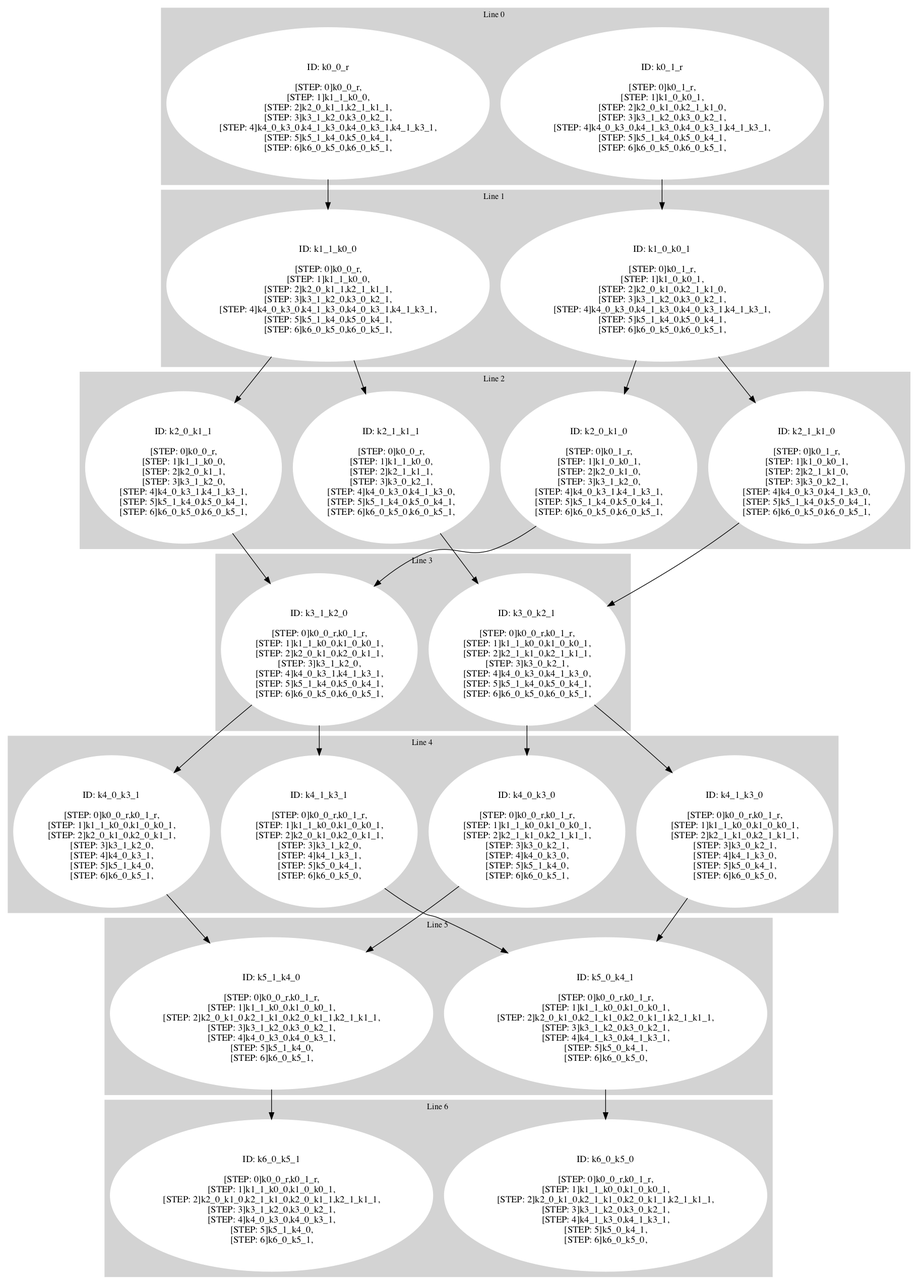
Above: test_visual/sat_machine_simple_init.png in ricardombiot/3sat_machine_original_rs (Graphviz), before the change. Its source is kept beside it as test_visual/sat_machine_simple_init.dot.
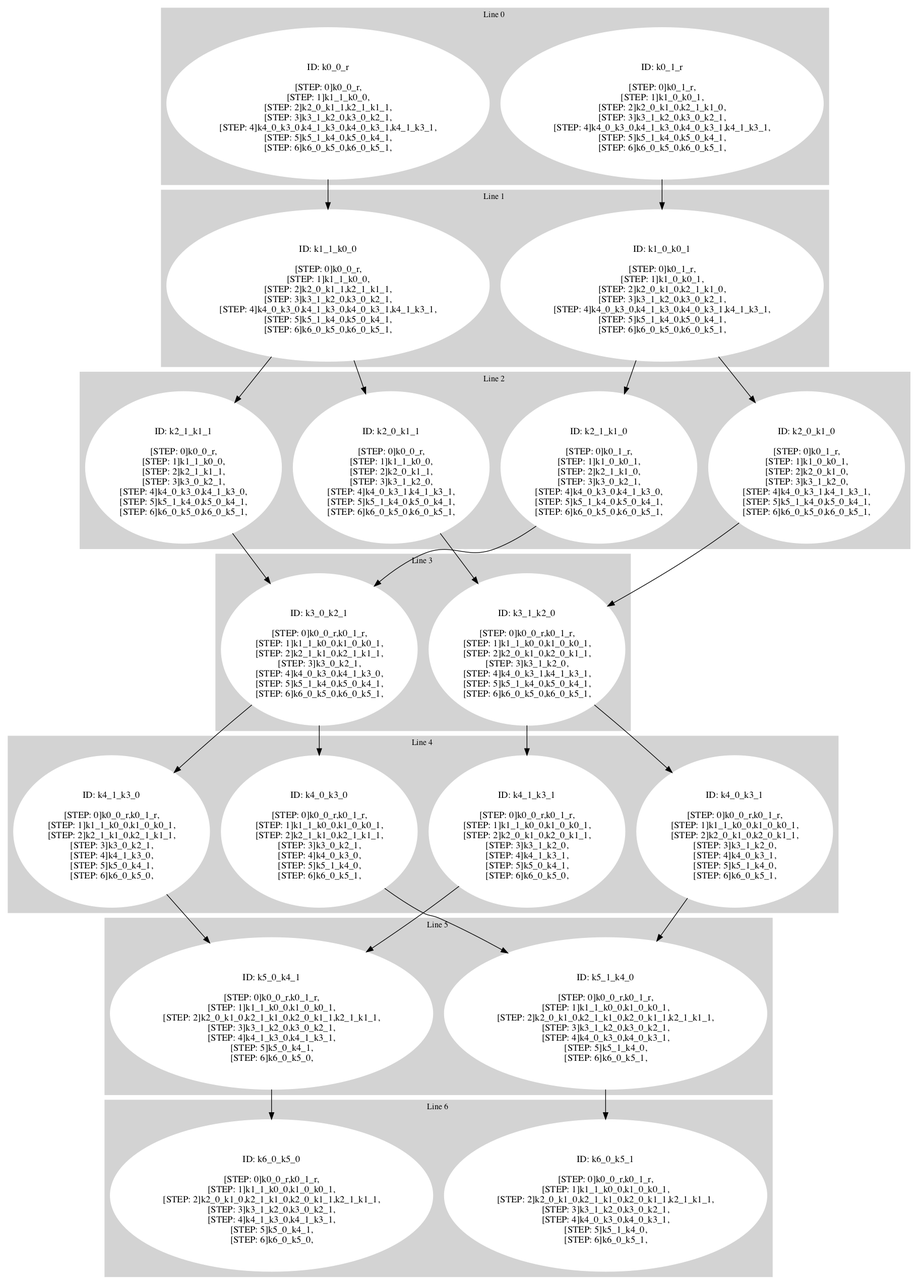
After the change.

The edit, as a diff of the source:
```diff
@@ -28,18 +28,18 @@
  style=filled;
  color=lightgrey;
      node [style=filled,color=white];
-k1_1_k0_0 [label=<<BR /> ID: k1_1_k0_0 <BR /> <BR />
-[STEP: 0]k0_0_r,<BR />
-[STEP: 1]k1_1_k0_0,<BR />
-[STEP: 2]k2_0_k1_1,k2_1_k1_1,<BR />
+k1_0_k0_1 [label=<<BR /> ID: k1_0_k0_1 <BR /> <BR />
+[STEP: 0]k0_1_r,<BR />
+[STEP: 1]k1_0_k0_1,<BR />
+[STEP: 2]k2_0_k1_0,k2_1_k1_0,<BR />
 [STEP: 3]k3_1_k2_0,k3_0_k2_1,<BR />
 [STEP: 4]k4_0_k3_0,k4_1_k3_0,k4_0_k3_1,k4_1_k3_1,<BR />
 [STEP: 5]k5_1_k4_0,k5_0_k4_1,<BR />
 [STEP: 6]k6_0_k5_0,k6_0_k5_1,<BR />
->]k1_0_k0_1 [label=<<BR /> ID: k1_0_k0_1 <BR /> <BR />
-[STEP: 0]k0_1_r,<BR />
-[STEP: 1]k1_0_k0_1,<BR />
-[STEP: 2]k2_0_k1_0,k2_1_k1_0,<BR />
+>]k1_1_k0_0 [label=<<BR /> ID: k1_1_k0_0 <BR /> <BR />
+[STEP: 0]k0_0_r,<BR />
+[STEP: 1]k1_1_k0_0,<BR />
+[STEP: 2]k2_0_k1_1,k2_1_k1_1,<BR />
 [STEP: 3]k3_1_k2_0,k3_0_k2_1,<BR />
 [STEP: 4]k4_0_k3_0,k4_1_k3_0,k4_0_k3_1,k4_1_k3_1,<BR />
 [STEP: 5]k5_1_k4_0,k5_0_k4_1,<BR />
@@ -52,15 +52,7 @@
  style=filled;
  color=lightgrey;
      node [style=filled,color=white];
-k2_1_k1_1 [label=<<BR /> ID: k2_1_k1_1 <BR /> <BR />
-[STEP: 0]k0_0_r,<BR />
-[STEP: 1]k1_1_k0_0,<BR />
-[STEP: 2]k2_1_k1_1,<BR />
-[STEP: 3]k3_0_k2_1,<BR />
-[STEP: 4]k4_0_k3_0,k4_1_k3_0,<BR />
-[STEP: 5]k5_1_k4_0,k5_0_k4_1,<BR />
-[STEP: 6]k6_0_k5_0,k6_0_k5_1,<BR />
->]k2_0_k1_0 [label=<<BR /> ID: k2_0_k1_0 <BR /> <BR />
+k2_0_k1_0 [label=<<BR /> ID: k2_0_k1_0 <BR /> <BR />
 [STEP: 0]k0_1_r,<BR />
 [STEP: 1]k1_0_k0_1,<BR />
 [STEP: 2]k2_0_k1_0,<BR />
@@ -82,6 +74,14 @@
 [STEP: 2]k2_0_k1_1,<BR />
 [STEP: 3]k3_1_k2_0,<BR />
 [STEP: 4]k4_0_k3_1,k4_1_k3_1,<BR />
+[STEP: 5]k5_1_k4_0,k5_0_k4_1,<BR />
+[STEP: 6]k6_0_k5_0,k6_0_k5_1,<BR />
+>]k2_1_k1_1 [label=<<BR /> ID: k2_1_k1_1 <BR /> <BR />
+[STEP: 0]k0_0_r,<BR />
+[STEP: 1]k1_1_k0_0,<BR />
+[STEP: 2]k2_1_k1_1,<BR />
+[STEP: 3]k3_0_k2_1,<BR />
+[STEP: 4]k4_0_k3_0,k4_1_k3_0,<BR />
 [STEP: 5]k5_1_k4_0,k5_0_k4_1,<BR />
 [STEP: 6]k6_0_k5_0,k6_0_k5_1,<BR />
 >]
@@ -116,12 +116,12 @@
  style=filled;
  color=lightgrey;
      node [style=filled,color=white];
-k4_1_k3_1 [label=<<BR /> ID: k4_1_k3_1 <BR /> <BR />
+k4_1_k3_0 [label=<<BR /> ID: k4_1_k3_0 <BR /> <BR />
 [STEP: 0]k0_0_r,k0_1_r,<BR />
 [STEP: 1]k1_1_k0_0,k1_0_k0_1,<BR />
-[STEP: 2]k2_0_k1_0,k2_0_k1_1,<BR />
-[STEP: 3]k3_1_k2_0,<BR />
-[STEP: 4]k4_1_k3_1,<BR />
+[STEP: 2]k2_1_k1_0,k2_1_k1_1,<BR />
+[STEP: 3]k3_0_k2_1,<BR />
+[STEP: 4]k4_1_k3_0,<BR />
 [STEP: 5]k5_0_k4_1,<BR />
 [STEP: 6]k6_0_k5_0,<BR />
 >]k4_0_k3_1 [label=<<BR /> ID: k4_0_k3_1 <BR /> <BR />
@@ -132,12 +132,12 @@
 [STEP: 4]k4_0_k3_1,<BR />
 [STEP: 5]k5_1_k4_0,<BR />
 [STEP: 6]k6_0_k5_1,<BR />
->]k4_1_k3_0 [label=<<BR /> ID: k4_1_k3_0 <BR /> <BR />
+>]k4_1_k3_1 [label=<<BR /> ID: k4_1_k3_1 <BR /> <BR />
 [STEP: 0]k0_0_r,k0_1_r,<BR />
 [STEP: 1]k1_1_k0_0,k1_0_k0_1,<BR />
-[STEP: 2]k2_1_k1_0,k2_1_k1_1,<BR />
-[STEP: 3]k3_0_k2_1,<BR />
-[STEP: 4]k4_1_k3_0,<BR />
+[STEP: 2]k2_0_k1_0,k2_0_k1_1,<BR />
+[STEP: 3]k3_1_k2_0,<BR />
+[STEP: 4]k4_1_k3_1,<BR />
 [STEP: 5]k5_0_k4_1,<BR />
 [STEP: 6]k6_0_k5_0,<BR />
 >]k4_0_k3_0 [label=<<BR /> ID: k4_0_k3_0 <BR /> <BR />
@@ -156,7 +156,15 @@
  style=filled;
  color=lightgrey;
      node [style=filled,color=white];
-k5_0_k4_1 [label=<<BR /> ID: k5_0_k4_1 <BR /> <BR />
+k5_1_k4_0 [label=<<BR /> ID: k5_1_k4_0 <BR /> <BR />
+[STEP: 0]k0_0_r,k0_1_r,<BR />
+[STEP: 1]k1_1_k0_0,k1_0_k0_1,<BR />
+[STEP: 2]k2_0_k1_0,k2_1_k1_0,k2_0_k1_1,k2_1_k1_1,<BR />
+[STEP: 3]k3_1_k2_0,k3_0_k2_1,<BR />
+[STEP: 4]k4_0_k3_0,k4_0_k3_1,<BR />
+[STEP: 5]k5_1_k4_0,<BR />
+[STEP: 6]k6_0_k5_1,<BR />
+>]k5_0_k4_1 [label=<<BR /> ID: k5_0_k4_1 <BR /> <BR />
 [STEP: 0]k0_0_r,k0_1_r,<BR />
 [STEP: 1]k1_1_k0_0,k1_0_k0_1,<BR />
 [STEP: 2]k2_0_k1_0,k2_1_k1_0,k2_0_k1_1,k2_1_k1_1,<BR />
@@ -164,7 +172,23 @@
 [STEP: 4]k4_1_k3_0,k4_1_k3_1,<BR />
 [STEP: 5]k5_0_k4_1,<BR />
 [STEP: 6]k6_0_k5_0,<BR />
->]k5_1_k4_0 [label=<<BR /> ID: k5_1_k4_0 <BR /> <BR />
+>]
+     fontsize="12"
+     label = "Line 5 "
+ }
+subgraph cluster_line_6 {
+ style=filled;
+ color=lightgrey;
+     node [style=filled,color=white];
+k6_0_k5_0 [label=<<BR /> ID: k6_0_k5_0 <BR /> <BR />
+[STEP: 0]k0_0_r,k0_1_r,<BR />
+[STEP: 1]k1_1_k0_0,k1_0_k0_1,<BR />
+[STEP: 2]k2_0_k1_0,k2_1_k1_0,k2_0_k1_1,k2_1_k1_1,<BR />
+[STEP: 3]k3_1_k2_0,k3_0_k2_1,<BR />
+[STEP: 4]k4_1_k3_0,k4_1_k3_1,<BR />
+[STEP: 5]k5_0_k4_1,<BR />
+[STEP: 6]k6_0_k5_0,<BR />
+>]k6_0_k5_1 [label=<<BR /> ID: k6_0_k5_1 <BR /> <BR />
 [STEP: 0]k0_0_r,k0_1_r,<BR />
 [STEP: 1]k1_1_k0_0,k1_0_k0_1,<BR />
 [STEP: 2]k2_0_k1_0,k2_1_k1_0,k2_0_k1_1,k2_1_k1_1,<BR />
@@ -174,50 +198,26 @@
 [STEP: 6]k6_0_k5_1,<BR />
 >]
      fontsize="12"
-     label = "Line 5 "
- }
-subgraph cluster_line_6 {
- style=filled;
- color=lightgrey;
-     node [style=filled,color=white];
-k6_0_k5_1 [label=<<BR /> ID: k6_0_k5_1 <BR /> <BR />
-[STEP: 0]k0_0_r,k0_1_r,<BR />
-[STEP: 1]k1_1_k0_0,k1_0_k0_1,<BR />
-[STEP: 2]k2_0_k1_0,k2_1_k1_0,k2_0_k1_1,k2_1_k1_1,<BR />
-[STEP: 3]k3_1_k2_0,k3_0_k2_1,<BR />
-[STEP: 4]k4_0_k3_0,k4_0_k3_1,<BR />
-[STEP: 5]k5_1_k4_0,<BR />
-[STEP: 6]k6_0_k5_1,<BR />
->]k6_0_k5_0 [label=<<BR /> ID: k6_0_k5_0 <BR /> <BR />
-[STEP: 0]k0_0_r,k0_1_r,<BR />
-[STEP: 1]k1_1_k0_0,k1_0_k0_1,<BR />
-[STEP: 2]k2_0_k1_0,k2_1_k1_0,k2_0_k1_1,k2_1_k1_1,<BR />
-[STEP: 3]k3_1_k2_0,k3_0_k2_1,<BR />
-[STEP: 4]k4_1_k3_0,k4_1_k3_1,<BR />
-[STEP: 5]k5_0_k4_1,<BR />
-[STEP: 6]k6_0_k5_0,<BR />
->]
-     fontsize="12"
      label = "Line 6 "
  }
 k0_1_r -> k1_0_k0_1
 k0_0_r -> k1_1_k0_0
-k1_1_k0_0 -> k2_1_k1_1
-k1_1_k0_0 -> k2_0_k1_1
 k1_0_k0_1 -> k2_1_k1_0
 k1_0_k0_1 -> k2_0_k1_0
-k2_1_k1_1 -> k3_0_k2_1
+k1_1_k0_0 -> k2_0_k1_1
+k1_1_k0_0 -> k2_1_k1_1
 k2_0_k1_0 -> k3_1_k2_0
 k2_1_k1_0 -> k3_0_k2_1
 k2_0_k1_1 -> k3_1_k2_0
+k2_1_k1_1 -> k3_0_k2_1
+k3_0_k2_1 -> k4_0_k3_0
 k3_0_k2_1 -> k4_1_k3_0
-k3_0_k2_1 -> k4_0_k3_0
 k3_1_k2_0 -> k4_0_k3_1
 k3_1_k2_0 -> k4_1_k3_1
+k4_1_k3_0 -> k5_0_k4_1
+k4_0_k3_1 -> k5_1_k4_0
 k4_1_k3_1 -> k5_0_k4_1
-k4_0_k3_1 -> k5_1_k4_0
-k4_1_k3_0 -> k5_0_k4_1
 k4_0_k3_0 -> k5_1_k4_0
+k5_1_k4_0 -> k6_0_k5_1
 k5_0_k4_1 -> k6_0_k5_0
-k5_1_k4_0 -> k6_0_k5_1
 }
```
